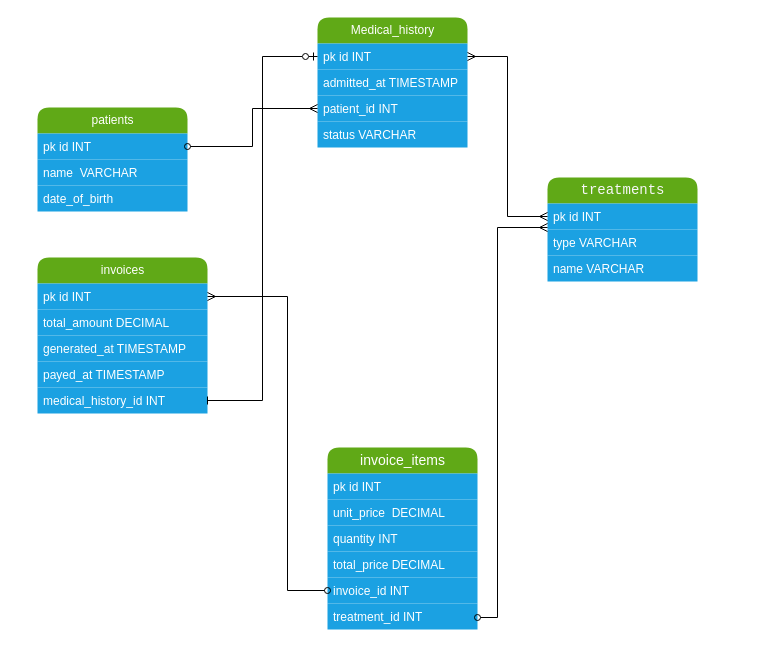
Before: diagram.drawio in katarighe/clinic_database, a draw.io diagram. Source tidied: cells renumbered, new cells numbered last; positions are measured from the earlier drawing's top-left corner, leaving out a move shared by most shapes. Both pictures are drawn from the tidied source at 100%, with x=0, y=0 at pixel (37, 17).
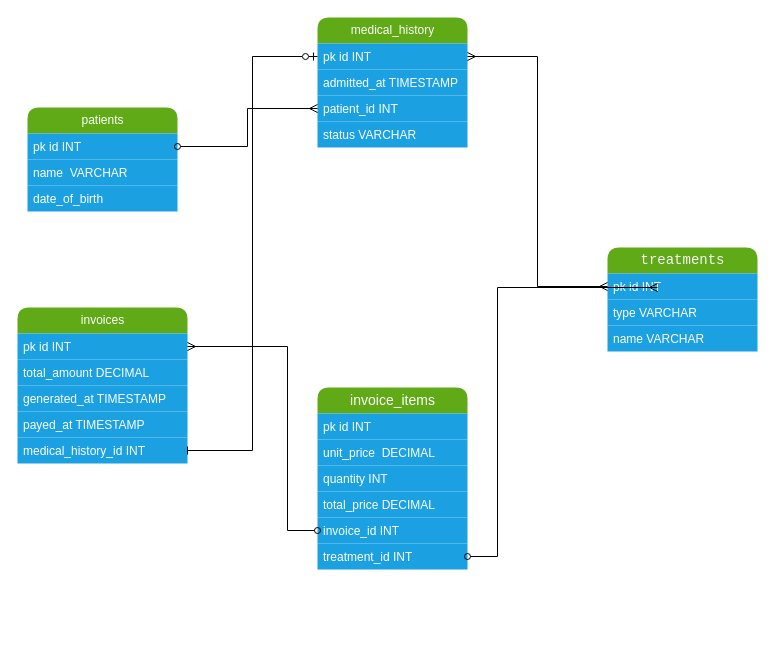
The same page after the edit.

Commit message:
Make minor fixes in the diagram

Unchanged cells that the change refers to:
```xml
<mxCell id="30" value="treatment_id INT" style="text;strokeColor=none;fillColor=#1ba1e2;align=left;verticalAlign=top;spacingLeft=4;spacingRight=4;overflow=hidden;points=[[0,0.5],[1,0.5]];portConstraint=eastwest;whiteSpace=wrap;html=1;fontColor=#ffffff;rounded=0;" parent="24" vertex="1">
  <mxGeometry y="156" width="150" height="26" as="geometry" />
</mxCell>
```

What changed in the source:
```diff
@@
-    <mxCell id="2" value="Medical_history" style="swimlane;fontStyle=0;horizontal=1;startSize=26;fillColor=#60a917;html=1;fontColor=#ffffff;strokeColor=none;rounded=1;swimlaneLine=0;shadow=0;glass=0;gradientColor=none;swimlaneFillColor=none;" parent="1" vertex="1">
+    <mxCell id="2" value="medical_history" style="swimlane;fontStyle=0;horizontal=1;startSize=26;fillColor=#60a917;html=1;fontColor=#ffffff;strokeColor=none;rounded=1;swimlaneLine=0;shadow=0;glass=0;gradientColor=none;swimlaneFillColor=none;" parent="1" vertex="1">
       <mxGeometry x="280" width="150" height="130" as="geometry" />
     </mxCell>
@@
     <mxCell id="7" value="patients" style="swimlane;fontStyle=0;horizontal=1;startSize=26;fillColor=#60a917;html=1;fontColor=#ffffff;strokeColor=none;rounded=1;swimlaneLine=0;shadow=0;glass=0;gradientColor=none;swimlaneFillColor=none;" parent="1" vertex="1">
-      <mxGeometry y="90" width="150" height="104" as="geometry" />
+      <mxGeometry x="-10" y="90" width="150" height="104" as="geometry" />
     </mxCell>
@@
     <mxCell id="12" value="invoices" style="swimlane;fontStyle=0;horizontal=1;startSize=26;fillColor=#60a917;html=1;fontColor=#ffffff;strokeColor=none;rounded=1;swimlaneLine=0;shadow=0;glass=0;gradientColor=none;swimlaneFillColor=none;" parent="1" vertex="1">
-      <mxGeometry y="240" width="170" height="156" as="geometry" />
+      <mxGeometry x="-20" y="290" width="170" height="156" as="geometry" />
     </mxCell>
@@
     <mxCell id="19" value="&lt;div style=&quot;font-family: Consolas, &amp;quot;Courier New&amp;quot;, monospace; font-size: 14px; line-height: 19px;&quot;&gt;&lt;font color=&quot;#f7f7f8&quot;&gt;treatments&lt;/font&gt;&lt;/div&gt;" style="swimlane;fontStyle=0;horizontal=1;startSize=26;fillColor=#60a917;html=1;fontColor=#ffffff;strokeColor=none;rounded=1;swimlaneLine=0;shadow=0;glass=0;gradientColor=none;swimlaneFillColor=none;" parent="1" vertex="1">
-      <mxGeometry x="510" y="160" width="150" height="104" as="geometry" />
+      <mxGeometry x="570" y="230" width="150" height="104" as="geometry" />
     </mxCell>
@@
     <mxCell id="24" value="&lt;font style=&quot;font-size: 14px;&quot;&gt;invoice_items&lt;/font&gt;" style="swimlane;fontStyle=0;horizontal=1;startSize=26;fillColor=#60a917;html=1;fontColor=#ffffff;strokeColor=none;rounded=1;swimlaneLine=0;shadow=0;glass=0;gradientColor=none;swimlaneFillColor=none;" parent="1" vertex="1">
-      <mxGeometry x="290" y="430" width="150" height="182" as="geometry" />
+      <mxGeometry x="280" y="370" width="150" height="182" as="geometry" />
     </mxCell>
@@
-    <mxCell id="31" style="edgeStyle=elbowEdgeStyle;html=1;fontSize=12;fontColor=#f7f7f8;startArrow=ERmany;startFill=0;endArrow=oval;endFill=0;rounded=0;" parent="1" edge="1">
+    <mxCell id="31" style="edgeStyle=elbowEdgeStyle;html=1;fontSize=12;fontColor=#f7f7f8;startArrow=ERmany;startFill=0;endArrow=oval;endFill=0;rounded=0;entryX=1;entryY=0.5;entryDx=0;entryDy=0;" parent="1" edge="1" target="30">
       <mxGeometry relative="1" as="geometry">
-        <mxPoint x="510" y="210" as="sourcePoint" />
-        <mxPoint x="440" y="600" as="targetPoint" />
+        <mxPoint x="620" y="270" as="sourcePoint" />
         <Array as="points">
           <mxPoint x="460" y="580" />
         </Array>
       </mxGeometry>
     </mxCell>
```
